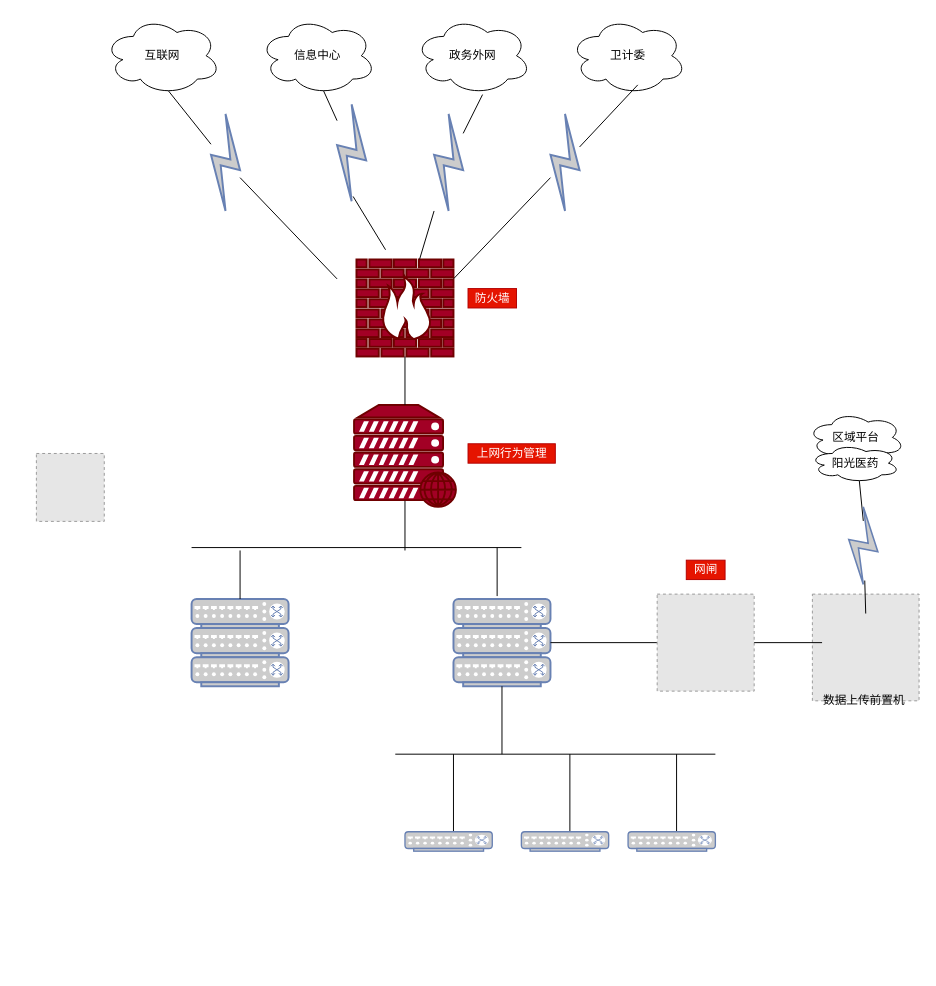
The draw.io diagram Untitled Diagram.drawio in Yingglish/FrontLearning, before the edit. Source tidied: cells renumbered, new cells numbered last; positions are measured from the earlier drawing's top-left corner, leaving out a move shared by most shapes. Both pictures are drawn from the tidied source at 97%, with x=0, y=0 at pixel (36, 16). Pictures stored in the file or linked from it are replaced by grey dashed boxes.
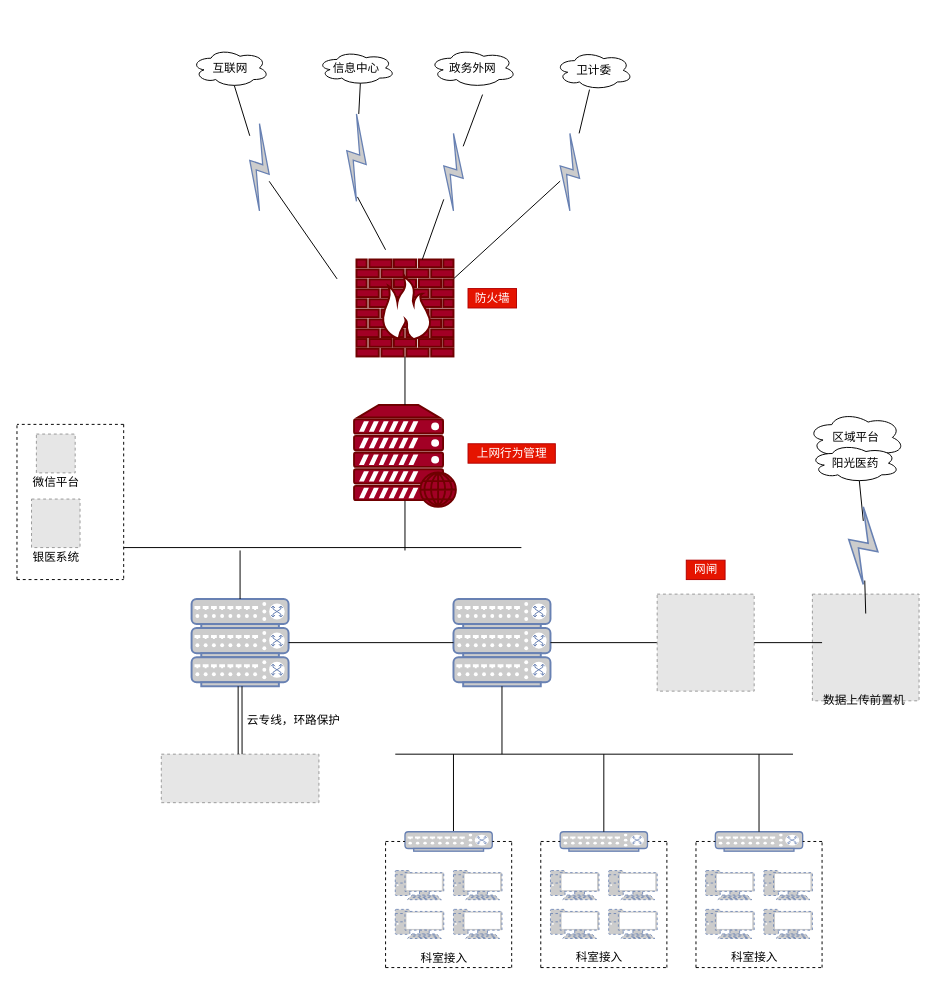
The same diagram, later.

Unchanged cells that the change refers to:
```xml
<mxCell id="25" style="fontColor=#0066CC;verticalAlign=top;verticalLabelPosition=bottom;labelPosition=center;align=center;html=1;outlineConnect=0;fillColor=#CCCCCC;strokeColor=#6881B3;gradientColor=none;gradientDirection=north;strokeWidth=2;shape=mxgraph.networks.switch;" parent="1" vertex="1">
  <mxGeometry x="160" y="630" width="100" height="30" as="geometry" />
</mxCell>
<mxCell id="26" style="fontColor=#0066CC;verticalAlign=top;verticalLabelPosition=bottom;labelPosition=center;align=center;html=1;outlineConnect=0;fillColor=#CCCCCC;strokeColor=#6881B3;gradientColor=none;gradientDirection=north;strokeWidth=2;shape=mxgraph.networks.switch;" parent="1" vertex="1">
  <mxGeometry x="160" y="660" width="100" height="30" as="geometry" />
</mxCell>
<mxCell id="28" style="fontColor=#0066CC;verticalAlign=top;verticalLabelPosition=bottom;labelPosition=center;align=center;html=1;outlineConnect=0;fillColor=#CCCCCC;strokeColor=#6881B3;gradientColor=none;gradientDirection=north;strokeWidth=2;shape=mxgraph.networks.switch;" parent="1" vertex="1">
  <mxGeometry x="430" y="630" width="100" height="30" as="geometry" />
</mxCell>
<mxCell id="51" style="fontColor=#0066CC;verticalAlign=top;verticalLabelPosition=bottom;labelPosition=center;align=center;html=1;outlineConnect=0;fillColor=#CCCCCC;strokeColor=#6881B3;gradientColor=none;gradientDirection=north;strokeWidth=2;shape=mxgraph.networks.switch;" parent="1" vertex="1">
  <mxGeometry x="380" y="840" width="90" height="20" as="geometry" />
</mxCell>
```

Change to the diagram source:
```diff
@@
     <mxCell id="2" value="互联网" style="ellipse;shape=cloud;whiteSpace=wrap;html=1;" parent="1" vertex="1">
-      <mxGeometry x="70" width="120" height="80" as="geometry" />
+      <mxGeometry x="160" y="32.5" width="80" height="40" as="geometry" />
     </mxCell>
     <mxCell id="3" value="信息中心" style="ellipse;shape=cloud;whiteSpace=wrap;html=1;" parent="1" vertex="1">
-      <mxGeometry x="230" width="120" height="80" as="geometry" />
+      <mxGeometry x="290" y="35" width="80" height="35" as="geometry" />
     </mxCell>
     <mxCell id="4" value="政务外网" style="ellipse;shape=cloud;whiteSpace=wrap;html=1;" parent="1" vertex="1">
-      <mxGeometry x="390" width="120" height="80" as="geometry" />
+      <mxGeometry x="405" y="32.5" width="90" height="40" as="geometry" />
     </mxCell>
     <mxCell id="5" value="卫计委" style="ellipse;shape=cloud;whiteSpace=wrap;html=1;" parent="1" vertex="1">
-      <mxGeometry x="550" width="120" height="80" as="geometry" />
+      <mxGeometry x="535" y="35" width="80" height="40" as="geometry" />
     </mxCell>
@@
     <mxCell id="9" style="fontColor=#0066CC;verticalAlign=top;verticalLabelPosition=bottom;labelPosition=center;align=center;html=1;outlineConnect=0;fillColor=#CCCCCC;strokeColor=#6881B3;gradientColor=none;gradientDirection=north;strokeWidth=2;shape=mxgraph.networks.comm_link;" parent="1" vertex="1">
-      <mxGeometry x="180" y="100" width="30" height="100" as="geometry" />
+      <mxGeometry x="220" y="110" width="20" height="90" as="geometry" />
     </mxCell>
@@
     <mxCell id="12" style="fontColor=#0066CC;verticalAlign=top;verticalLabelPosition=bottom;labelPosition=center;align=center;html=1;outlineConnect=0;fillColor=#CCCCCC;strokeColor=#6881B3;gradientColor=none;gradientDirection=north;strokeWidth=2;shape=mxgraph.networks.comm_link;" parent="1" vertex="1">
-      <mxGeometry x="310" y="90" width="30" height="100" as="geometry" />
+      <mxGeometry x="320" y="100" width="20" height="90" as="geometry" />
     </mxCell>
@@
     <mxCell id="15" style="fontColor=#0066CC;verticalAlign=top;verticalLabelPosition=bottom;labelPosition=center;align=center;html=1;outlineConnect=0;fillColor=#CCCCCC;strokeColor=#6881B3;gradientColor=none;gradientDirection=north;strokeWidth=2;shape=mxgraph.networks.comm_link;" parent="1" vertex="1">
-      <mxGeometry x="410" y="100" width="30" height="100" as="geometry" />
+      <mxGeometry x="420" y="120" width="20" height="80" as="geometry" />
     </mxCell>
@@
-    <mxCell id="17" style="endArrow=none;html=1;rounded=0;startArrow=none;" parent="1" edge="1" source="18">
-      <mxGeometry relative="1" as="geometry">
-        <mxPoint x="620" y="70" as="targetPoint" />
-      </mxGeometry>
+    <mxCell id="17" style="endArrow=none;html=1;rounded=0;startArrow=none;" parent="1" edge="1" source="18" target="5">
+      <mxGeometry relative="1" as="geometry" />
     </mxCell>
     <mxCell id="18" style="fontColor=#0066CC;verticalAlign=top;verticalLabelPosition=bottom;labelPosition=center;align=center;html=1;outlineConnect=0;fillColor=#CCCCCC;strokeColor=#6881B3;gradientColor=none;gradientDirection=north;strokeWidth=2;shape=mxgraph.networks.comm_link;" parent="1" vertex="1">
-      <mxGeometry x="530" y="100" width="30" height="100" as="geometry" />
+      <mxGeometry x="540" y="120" width="20" height="80" as="geometry" />
     </mxCell>
@@
     <mxCell id="30" style="endArrow=none;html=1;rounded=0;" parent="1" edge="1">
       <mxGeometry relative="1" as="geometry">
-        <mxPoint x="160" y="547" as="sourcePoint" />
+        <mxPoint x="90" y="547" as="sourcePoint" />
         <mxPoint x="500" y="547" as="targetPoint" />
       </mxGeometry>
     </mxCell>
@@
-    <mxCell id="33" style="endArrow=none;html=1;rounded=0;" parent="1" edge="1">
-      <mxGeometry relative="1" as="geometry">
-        <mxPoint x="475" y="597" as="sourcePoint" />
-        <mxPoint x="475" y="547" as="targetPoint" />
-      </mxGeometry>
-    </mxCell>
@@
     <mxCell id="35" style="fillColor=#E6E6E6;strokeColor=#999999;dashed=1;verticalLabelPosition=bottom;verticalAlign=top;" parent="1" vertex="1">
-      <mxGeometry y="450" width="70" height="70" as="geometry" />
+      <mxGeometry y="430" width="40" height="40" as="geometry" />
     </mxCell>
@@
     <mxCell id="47" style="endArrow=none;html=1;rounded=0;" parent="1" edge="1">
       <mxGeometry relative="1" as="geometry">
         <mxPoint x="370" y="760" as="sourcePoint" />
-        <mxPoint x="700" y="760" as="targetPoint" />
+        <mxPoint x="780" y="760" as="targetPoint" />
       </mxGeometry>
     </mxCell>
-    <mxCell id="48" style="endArrow=none;html=1;rounded=0;" parent="1" edge="1">
-      <mxGeometry relative="1" as="geometry">
-        <mxPoint x="660" y="840" as="sourcePoint" />
-        <mxPoint x="660" y="760" as="targetPoint" />
-      </mxGeometry>
-    </mxCell>
-    <mxCell id="49" style="endArrow=none;html=1;rounded=0;" parent="1" edge="1">
-      <mxGeometry relative="1" as="geometry">
-        <mxPoint x="550" y="840" as="sourcePoint" />
-        <mxPoint x="550" y="760" as="targetPoint" />
-      </mxGeometry>
-    </mxCell>
@@
-    <mxCell id="52" style="fontColor=#0066CC;verticalAlign=top;verticalLabelPosition=bottom;labelPosition=center;align=center;html=1;fillColor=#CCCCCC;strokeColor=#6881B3;gradientColor=none;gradientDirection=north;strokeWidth=2;shape=mxgraph.networks.switch;" parent="1" vertex="1">
-      <mxGeometry x="500" y="840" width="90" height="20" as="geometry" />
-    </mxCell>
-    <mxCell id="53" style="fontColor=#0066CC;verticalAlign=top;verticalLabelPosition=bottom;labelPosition=center;align=center;html=1;fillColor=#CCCCCC;strokeColor=#6881B3;gradientColor=none;gradientDirection=north;strokeWidth=2;shape=mxgraph.networks.switch;" parent="1" vertex="1">
-      <mxGeometry x="610" y="840" width="90" height="20" as="geometry" />
-    </mxCell>
+    <mxCell id="54" style="endArrow=none;dashed=1;html=1;rounded=0;entryX=0;entryY=0.5;entryDx=0;entryDy=0;entryPerimeter=0;" parent="1" edge="1" target="51">
+      <mxGeometry relative="1" as="geometry">
+        <mxPoint x="360" y="850" as="sourcePoint" />
+      </mxGeometry>
+    </mxCell>
+    <mxCell id="55" style="endArrow=none;dashed=1;html=1;rounded=0;" parent="1" edge="1">
+      <mxGeometry relative="1" as="geometry">
+        <mxPoint x="360" y="980" as="sourcePoint" />
+        <mxPoint x="360" y="850" as="targetPoint" />
+      </mxGeometry>
+    </mxCell>
+    <mxCell id="56" style="endArrow=none;dashed=1;html=1;rounded=0;" parent="1" edge="1">
+      <mxGeometry relative="1" as="geometry">
+        <mxPoint x="360" y="980" as="sourcePoint" />
+        <mxPoint x="490" y="980" as="targetPoint" />
+      </mxGeometry>
+    </mxCell>
+    <mxCell id="57" style="endArrow=none;dashed=1;html=1;rounded=0;entryX=1;entryY=0.5;entryDx=0;entryDy=0;entryPerimeter=0;" parent="1" edge="1" target="51">
+      <mxGeometry relative="1" as="geometry">
+        <mxPoint x="490" y="850" as="sourcePoint" />
+      </mxGeometry>
+    </mxCell>
+    <mxCell id="58" style="endArrow=none;dashed=1;html=1;rounded=0;" parent="1" edge="1">
+      <mxGeometry relative="1" as="geometry">
+        <mxPoint x="490" y="980" as="sourcePoint" />
+        <mxPoint x="490" y="850" as="targetPoint" />
+      </mxGeometry>
+    </mxCell>
+    <mxCell id="59" style="fontColor=#0066CC;verticalAlign=top;verticalLabelPosition=bottom;labelPosition=center;align=center;html=1;outlineConnect=0;fillColor=#CCCCCC;strokeColor=#6881B3;gradientColor=none;gradientDirection=north;strokeWidth=2;shape=mxgraph.networks.switch;" parent="1" vertex="1">
+      <mxGeometry x="540" y="840" width="90" height="20" as="geometry" />
+    </mxCell>
+    <mxCell id="60" style="endArrow=none;dashed=1;html=1;rounded=0;entryX=0;entryY=0.5;entryDx=0;entryDy=0;entryPerimeter=0;" parent="1" edge="1" target="59">
+      <mxGeometry relative="1" as="geometry">
+        <mxPoint x="520" y="850" as="sourcePoint" />
+      </mxGeometry>
+    </mxCell>
+    <mxCell id="61" style="endArrow=none;dashed=1;html=1;rounded=0;" parent="1" edge="1">
+      <mxGeometry relative="1" as="geometry">
+        <mxPoint x="520" y="980" as="sourcePoint" />
+        <mxPoint x="520" y="850" as="targetPoint" />
+      </mxGeometry>
+    </mxCell>
+    <mxCell id="62" style="endArrow=none;dashed=1;html=1;rounded=0;" parent="1" edge="1">
+      <mxGeometry relative="1" as="geometry">
+        <mxPoint x="520" y="980" as="sourcePoint" />
+        <mxPoint x="650" y="980" as="targetPoint" />
+      </mxGeometry>
+    </mxCell>
+    <mxCell id="63" style="endArrow=none;dashed=1;html=1;rounded=0;entryX=1;entryY=0.5;entryDx=0;entryDy=0;entryPerimeter=0;" parent="1" edge="1" target="59">
+      <mxGeometry relative="1" as="geometry">
+        <mxPoint x="650" y="850" as="sourcePoint" />
+      </mxGeometry>
+    </mxCell>
+    <mxCell id="64" style="endArrow=none;dashed=1;html=1;rounded=0;" parent="1" edge="1">
+      <mxGeometry relative="1" as="geometry">
+        <mxPoint x="650" y="980" as="sourcePoint" />
+        <mxPoint x="650" y="850" as="targetPoint" />
+      </mxGeometry>
+    </mxCell>
+    <mxCell id="65" style="fontColor=#0066CC;verticalAlign=top;verticalLabelPosition=bottom;labelPosition=center;align=center;html=1;outlineConnect=0;fillColor=#CCCCCC;strokeColor=#6881B3;gradientColor=none;gradientDirection=north;strokeWidth=2;shape=mxgraph.networks.switch;" parent="1" vertex="1">
+      <mxGeometry x="700" y="840" width="90" height="20" as="geometry" />
+    </mxCell>
+    <mxCell id="66" style="endArrow=none;dashed=1;html=1;rounded=0;entryX=0;entryY=0.5;entryDx=0;entryDy=0;entryPerimeter=0;" parent="1" edge="1" target="65">
+      <mxGeometry relative="1" as="geometry">
+        <mxPoint x="680" y="850" as="sourcePoint" />
+      </mxGeometry>
+    </mxCell>
+    <mxCell id="67" style="endArrow=none;dashed=1;html=1;rounded=0;" parent="1" edge="1">
+      <mxGeometry relative="1" as="geometry">
+        <mxPoint x="680" y="980" as="sourcePoint" />
+        <mxPoint x="680" y="850" as="targetPoint" />
+      </mxGeometry>
+    </mxCell>
+    <mxCell id="68" style="endArrow=none;dashed=1;html=1;rounded=0;" parent="1" edge="1">
+      <mxGeometry relative="1" as="geometry">
+        <mxPoint x="680" y="980" as="sourcePoint" />
+        <mxPoint x="810" y="980" as="targetPoint" />
+      </mxGeometry>
+    </mxCell>
+    <mxCell id="69" style="endArrow=none;dashed=1;html=1;rounded=0;entryX=1;entryY=0.5;entryDx=0;entryDy=0;entryPerimeter=0;" parent="1" edge="1" target="65">
+      <mxGeometry relative="1" as="geometry">
+        <mxPoint x="810" y="850" as="sourcePoint" />
+      </mxGeometry>
+    </mxCell>
+    <mxCell id="70" style="endArrow=none;dashed=1;html=1;rounded=0;" parent="1" edge="1">
+      <mxGeometry relative="1" as="geometry">
+        <mxPoint x="810" y="980" as="sourcePoint" />
+        <mxPoint x="810" y="850" as="targetPoint" />
+      </mxGeometry>
+    </mxCell>
+    <mxCell id="71" style="endArrow=none;html=1;rounded=0;exitX=0.5;exitY=0;exitDx=0;exitDy=0;exitPerimeter=0;" parent="1" edge="1" source="59">
+      <mxGeometry relative="1" as="geometry">
+        <mxPoint x="585" y="760" as="targetPoint" />
+      </mxGeometry>
+    </mxCell>
+    <mxCell id="72" style="endArrow=none;html=1;rounded=0;exitX=0.5;exitY=0;exitDx=0;exitDy=0;exitPerimeter=0;" parent="1" edge="1" source="65">
+      <mxGeometry relative="1" as="geometry">
+        <mxPoint x="745" y="760" as="targetPoint" />
+      </mxGeometry>
+    </mxCell>
+    <mxCell id="73" style="fontColor=#0066CC;verticalAlign=top;verticalLabelPosition=bottom;labelPosition=center;align=center;html=1;fillColor=#CCCCCC;strokeColor=#6881B3;gradientColor=none;gradientDirection=north;strokeWidth=2;shape=mxgraph.networks.pc;dashed=1;" parent="1" vertex="1">
+      <mxGeometry x="370" y="880" width="50" height="30" as="geometry" />
+    </mxCell>
+    <mxCell id="74" style="fontColor=#0066CC;verticalAlign=top;verticalLabelPosition=bottom;labelPosition=center;align=center;html=1;fillColor=#CCCCCC;strokeColor=#6881B3;gradientColor=none;gradientDirection=north;strokeWidth=2;shape=mxgraph.networks.pc;dashed=1;" parent="1" vertex="1">
+      <mxGeometry x="430" y="880" width="50" height="30" as="geometry" />
+    </mxCell>
+    <mxCell id="75" style="fontColor=#0066CC;verticalAlign=top;verticalLabelPosition=bottom;labelPosition=center;align=center;html=1;fillColor=#CCCCCC;strokeColor=#6881B3;gradientColor=none;gradientDirection=north;strokeWidth=2;shape=mxgraph.networks.pc;dashed=1;" parent="1" vertex="1">
+      <mxGeometry x="370" y="920" width="50" height="30" as="geometry" />
+    </mxCell>
+    <mxCell id="76" style="fontColor=#0066CC;verticalAlign=top;verticalLabelPosition=bottom;labelPosition=center;align=center;html=1;fillColor=#CCCCCC;strokeColor=#6881B3;gradientColor=none;gradientDirection=north;strokeWidth=2;shape=mxgraph.networks.pc;dashed=1;" parent="1" vertex="1">
+      <mxGeometry x="430" y="920" width="50" height="30" as="geometry" />
+    </mxCell>
+    <mxCell id="77" style="fontColor=#0066CC;verticalAlign=top;verticalLabelPosition=bottom;labelPosition=center;align=center;html=1;fillColor=#CCCCCC;strokeColor=#6881B3;gradientColor=none;gradientDirection=north;strokeWidth=2;shape=mxgraph.networks.pc;dashed=1;" parent="1" vertex="1">
+      <mxGeometry x="530" y="880" width="50" height="30" as="geometry" />
+    </mxCell>
+    <mxCell id="78" style="fontColor=#0066CC;verticalAlign=top;verticalLabelPosition=bottom;labelPosition=center;align=center;html=1;fillColor=#CCCCCC;strokeColor=#6881B3;gradientColor=none;gradientDirection=north;strokeWidth=2;shape=mxgraph.networks.pc;dashed=1;" parent="1" vertex="1">
+      <mxGeometry x="590" y="880" width="50" height="30" as="geometry" />
+    </mxCell>
+    <mxCell id="79" style="fontColor=#0066CC;verticalAlign=top;verticalLabelPosition=bottom;labelPosition=center;align=center;html=1;fillColor=#CCCCCC;strokeColor=#6881B3;gradientColor=none;gradientDirection=north;strokeWidth=2;shape=mxgraph.networks.pc;dashed=1;" parent="1" vertex="1">
+      <mxGeometry x="530" y="920" width="50" height="30" as="geometry" />
+    </mxCell>
+    <mxCell id="80" style="fontColor=#0066CC;verticalAlign=top;verticalLabelPosition=bottom;labelPosition=center;align=center;html=1;fillColor=#CCCCCC;strokeColor=#6881B3;gradientColor=none;gradientDirection=north;strokeWidth=2;shape=mxgraph.networks.pc;dashed=1;" parent="1" vertex="1">
+      <mxGeometry x="590" y="920" width="50" height="30" as="geometry" />
+    </mxCell>
+    <mxCell id="81" style="fontColor=#0066CC;verticalAlign=top;verticalLabelPosition=bottom;labelPosition=center;align=center;html=1;fillColor=#CCCCCC;strokeColor=#6881B3;gradientColor=none;gradientDirection=north;strokeWidth=2;shape=mxgraph.networks.pc;dashed=1;" parent="1" vertex="1">
+      <mxGeometry x="690" y="880" width="50" height="30" as="geometry" />
+    </mxCell>
+    <mxCell id="82" style="fontColor=#0066CC;verticalAlign=top;verticalLabelPosition=bottom;labelPosition=center;align=center;html=1;fillColor=#CCCCCC;strokeColor=#6881B3;gradientColor=none;gradientDirection=north;strokeWidth=2;shape=mxgraph.networks.pc;dashed=1;" parent="1" vertex="1">
+      <mxGeometry x="750" y="880" width="50" height="30" as="geometry" />
+    </mxCell>
+    <mxCell id="83" style="fontColor=#0066CC;verticalAlign=top;verticalLabelPosition=bottom;labelPosition=center;align=center;html=1;fillColor=#CCCCCC;strokeColor=#6881B3;gradientColor=none;gradientDirection=north;strokeWidth=2;shape=mxgraph.networks.pc;dashed=1;" parent="1" vertex="1">
+      <mxGeometry x="690" y="920" width="50" height="30" as="geometry" />
+    </mxCell>
+    <mxCell id="84" style="fontColor=#0066CC;verticalAlign=top;verticalLabelPosition=bottom;labelPosition=center;align=center;html=1;fillColor=#CCCCCC;strokeColor=#6881B3;gradientColor=none;gradientDirection=north;strokeWidth=2;shape=mxgraph.networks.pc;dashed=1;" parent="1" vertex="1">
+      <mxGeometry x="750" y="920" width="50" height="30" as="geometry" />
+    </mxCell>
+    <mxCell id="85" value="科室接入" style="text;html=1;align=center;verticalAlign=middle;strokeColor=none;fillColor=none;" parent="1" vertex="1">
+      <mxGeometry x="390" y="961" width="60" height="20" as="geometry" />
+    </mxCell>
+    <mxCell id="86" value="科室接入" style="text;html=1;align=center;verticalAlign=middle;strokeColor=none;fillColor=none;" parent="1" vertex="1">
+      <mxGeometry x="550" y="960" width="60" height="20" as="geometry" />
+    </mxCell>
+    <mxCell id="87" value="科室接入" style="text;html=1;align=center;verticalAlign=middle;strokeColor=none;fillColor=none;" parent="1" vertex="1">
+      <mxGeometry x="710" y="960" width="60" height="20" as="geometry" />
+    </mxCell>
+    <mxCell id="88" style="fillColor=#E6E6E6;strokeColor=#999999;dashed=1;verticalLabelPosition=bottom;labelBackgroundColor=default;verticalAlign=top;" parent="1" vertex="1">
+      <mxGeometry x="128.8" y="760" width="162.5" height="50" as="geometry" />
+    </mxCell>
+    <mxCell id="89" style="shape=link;html=1;rounded=0;exitX=0.5;exitY=1;exitDx=0;exitDy=0;exitPerimeter=0;entryX=0.5;entryY=0;entryDx=0;entryDy=0;" parent="1" edge="1" source="26" target="88">
+      <mxGeometry relative="1" as="geometry" />
+    </mxCell>
+    <mxCell id="90" style="endArrow=none;dashed=1;html=1;rounded=0;" parent="1" edge="1">
+      <mxGeometry relative="1" as="geometry">
+        <mxPoint x="-20" y="580" as="sourcePoint" />
+        <mxPoint x="-20" y="420" as="targetPoint" />
+      </mxGeometry>
+    </mxCell>
+    <mxCell id="91" style="endArrow=none;dashed=1;html=1;rounded=0;" parent="1" edge="1">
+      <mxGeometry relative="1" as="geometry">
+        <mxPoint x="-20" y="580" as="sourcePoint" />
+        <mxPoint x="90" y="580" as="targetPoint" />
+      </mxGeometry>
+    </mxCell>
+    <mxCell id="92" style="endArrow=none;dashed=1;html=1;rounded=0;" parent="1" edge="1">
+      <mxGeometry relative="1" as="geometry">
+        <mxPoint x="90" y="420" as="sourcePoint" />
+        <mxPoint x="-20" y="420" as="targetPoint" />
+      </mxGeometry>
+    </mxCell>
+    <mxCell id="93" style="endArrow=none;dashed=1;html=1;rounded=0;" parent="1" edge="1">
+      <mxGeometry relative="1" as="geometry">
+        <mxPoint x="90" y="420" as="sourcePoint" />
+        <mxPoint x="90" y="580" as="targetPoint" />
+      </mxGeometry>
+    </mxCell>
+    <mxCell id="94" value="微信平台" style="text;html=1;align=center;verticalAlign=middle;strokeColor=none;fillColor=none;" parent="1" vertex="1">
+      <mxGeometry x="-10" y="470" width="60" height="20" as="geometry" />
+    </mxCell>
+    <mxCell id="95" style="fillColor=#E6E6E6;strokeColor=#999999;dashed=1;verticalLabelPosition=bottom;labelBackgroundColor=default;verticalAlign=top;" parent="1" vertex="1">
+      <mxGeometry x="-5" y="497" width="50" height="50" as="geometry" />
+    </mxCell>
+    <mxCell id="96" value="银医系统" style="text;html=1;align=center;verticalAlign=middle;strokeColor=none;fillColor=none;" parent="1" vertex="1">
+      <mxGeometry x="-10" y="547" width="60" height="20" as="geometry" />
+    </mxCell>
+    <mxCell id="97" style="endArrow=none;html=1;rounded=0;entryX=0;entryY=0.5;entryDx=0;entryDy=0;entryPerimeter=0;exitX=1;exitY=0.5;exitDx=0;exitDy=0;exitPerimeter=0;" parent="1" edge="1" source="25" target="28">
+      <mxGeometry relative="1" as="geometry" />
+    </mxCell>
+    <mxCell id="98" value="云专线，环路保护" style="text;html=1;align=center;verticalAlign=middle;strokeColor=none;fillColor=none;" parent="1" vertex="1">
+      <mxGeometry x="210" y="715" width="110" height="20" as="geometry" />
+    </mxCell>
```
